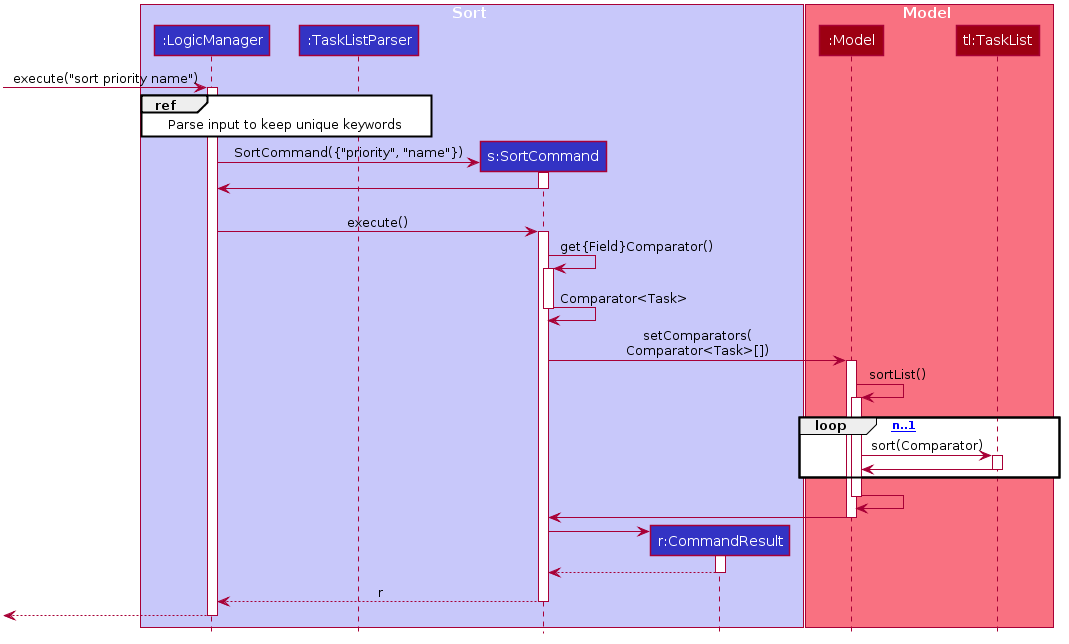
Above: docs/images/SortSequenceDiagram.png in nus-cs2103-AY1920S2/addressbook-level3 (PlantUML), before the change.
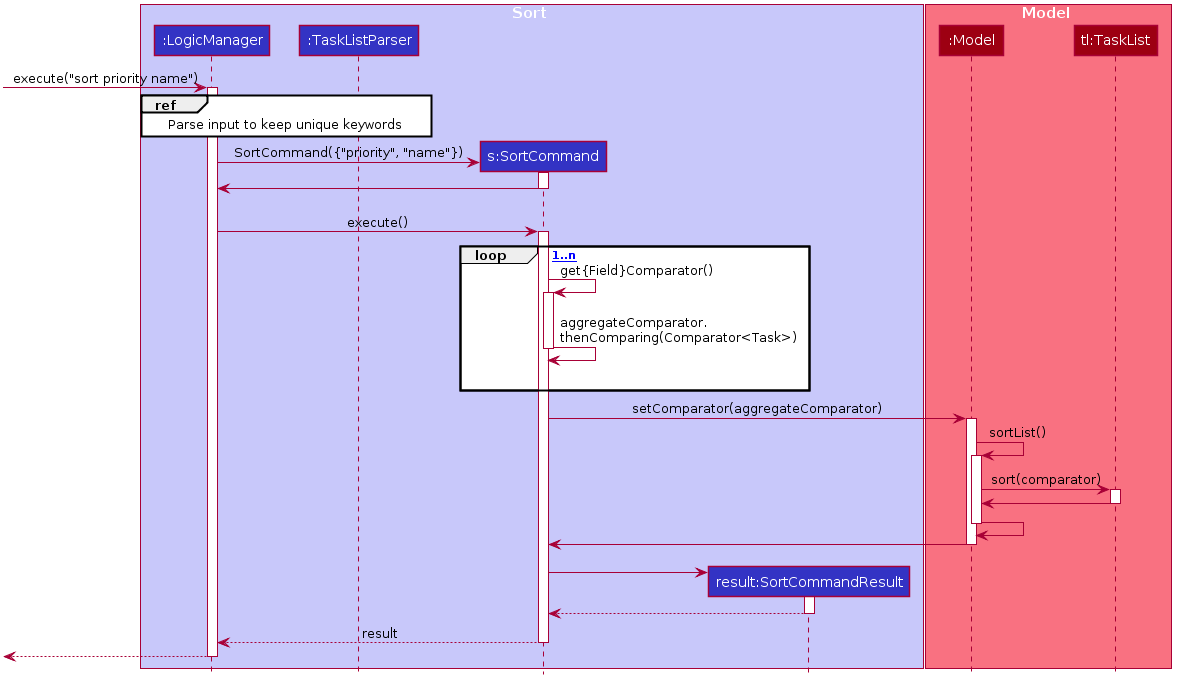
Above is the later version.

Commit message:
new diagram pics

Diff of the diagram source:
```diff
@@ -53,7 +53,7 @@
 participant ":LogicManager" as LogicManager #3333C4
 participant ":TaskListParser" as TaskListParser #3333C4
 participant "s:SortCommand" as SortCommand #3333C4
-participant "r:CommandResult" as CommandResult #3333C4
+participant "result:SortCommandResult" as SortCommandResult #3333C4
 end box
 
 box Model #F97181
@@ -72,45 +72,49 @@
 LogicManager -> SortCommand: SortCommand({"priority", "name"})
 activate SortCommand
 
-SortCommand -> LogicManager
+SortCommand -> LogicManager:
 deactivate SortCommand
 
 LogicManager -[hidden]-> SortCommand :
 LogicManager -> SortCommand : execute()
 activate SortCommand
 
-SortCommand -> SortCommand: get{Field}Comparator()
-activate SortCommand
+loop [int 1..n]
+    SortCommand -> SortCommand: get{Field}Comparator()
+    activate SortCommand
 
-SortCommand -> SortCommand: Comparator<Task>
-deactivate SortCommand
+    SortCommand -> SortCommand: aggregateComparator.\nthenComparing(Comparator<Task>)
+    deactivate SortCommand
+    SortCommand -[hidden]> SortCommand
 
-SortCommand -> Model : setComparators(\nComparator<Task>[])
+end
+
+SortCommand -> Model : setComparator(aggregateComparator)
 activate Model
 
 Model -> Model: sortList()
 activate Model
-loop [int n..1]
-    Model -> TaskList: sort(Comparator)
-    activate TaskList
-    TaskList -> Model
-    deactivate TaskList
-end
+
+Model -> TaskList: sort(comparator)
+activate TaskList
+TaskList -> Model
+deactivate TaskList
+
 Model <- Model
 deactivate Model
 
 Model -> SortCommand
 deactivate Model
+Model -[hidden]> SortCommand
 
+create SortCommandResult
+SortCommand -> SortCommandResult
+activate SortCommandResult
 
-create CommandResult
-SortCommand -> CommandResult
-activate CommandResult
+SortCommandResult --> SortCommand
+deactivate SortCommandResult
 
-CommandResult --> SortCommand
-deactivate CommandResult
-
-SortCommand --> LogicManager : r
+SortCommand --> LogicManager : result
 deactivate SortCommand
 
 [<--LogicManager
```
